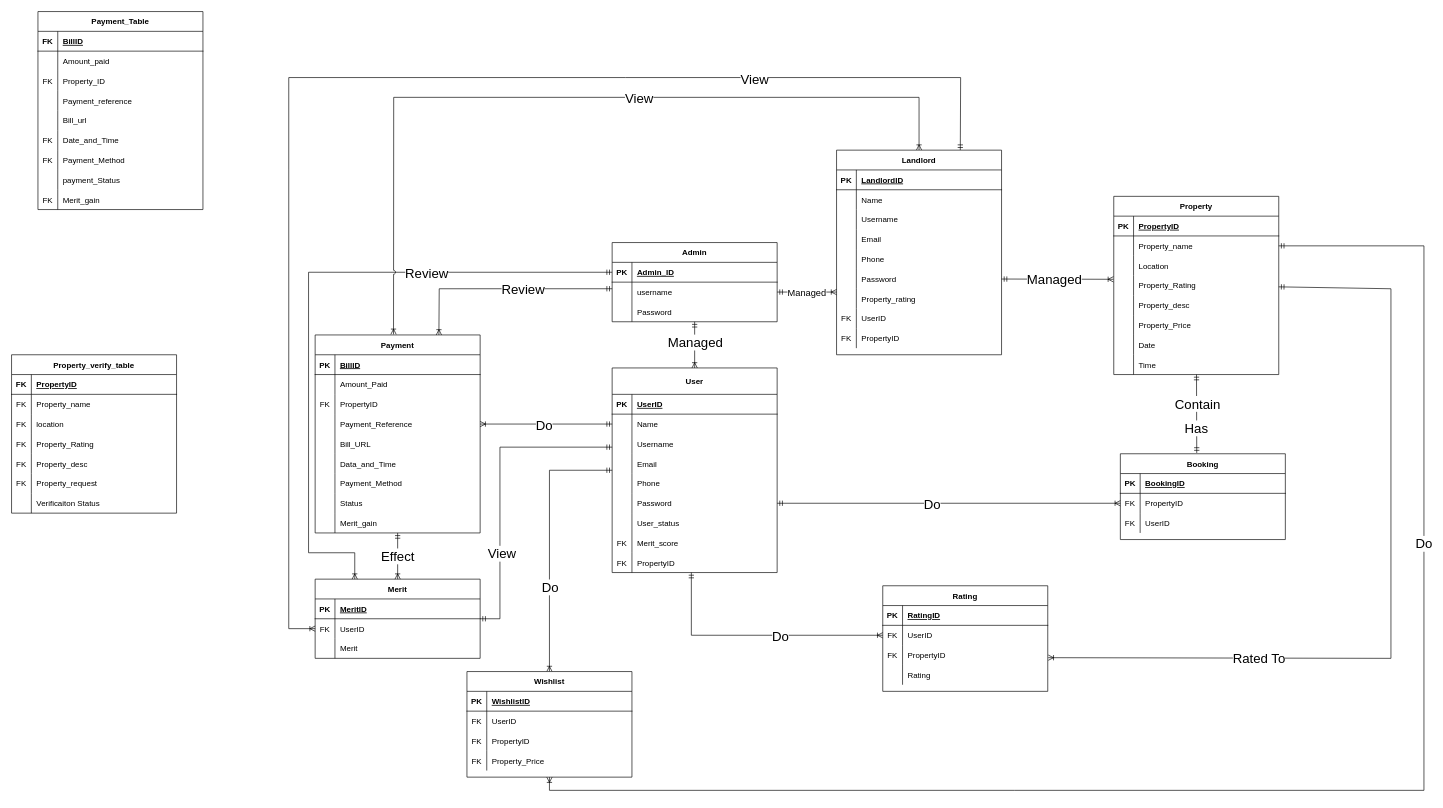
Earlier version of the draw.io diagram DFD FYP/ERD.drawio (SNOW15782/Fyp). Source tidied: cells renumbered, new cells numbered last; positions are measured from the earlier drawing's top-left corner, leaving out a move shared by most shapes. Both pictures are drawn from the tidied source at 66%, with x=0, y=0 at pixel (11, 11).
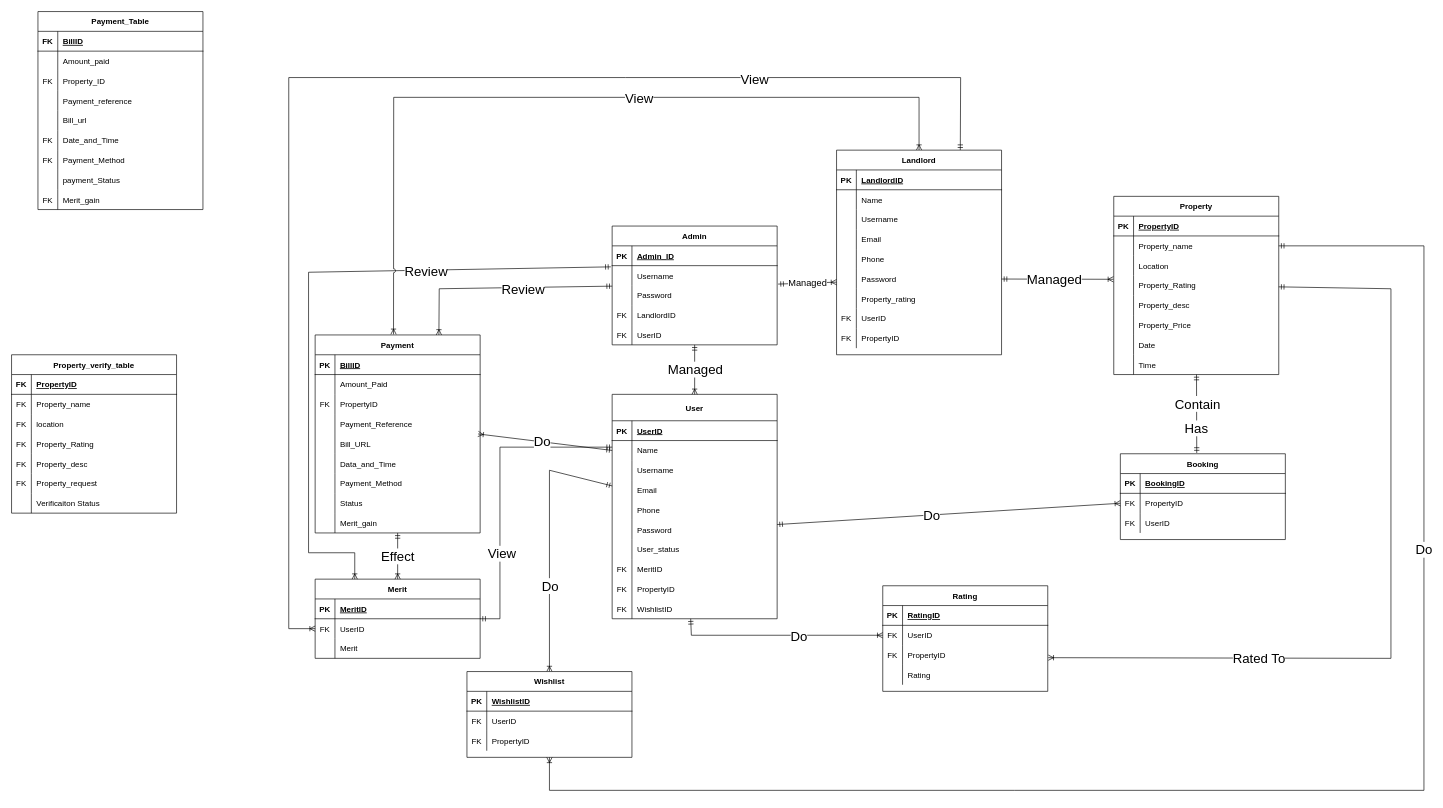
Above is the later version.

The change refers to these unchanged cells:
```xml
<mxCell id="4" value="Merit" style="shape=table;startSize=30;childLayout=tableLayout;rowLines=0;fontStyle=1;align=center;" parent="1" vertex="1">
  <mxGeometry x="460" y="860" width="250" height="120" as="geometry" />
</mxCell>
<mxCell id="40" style="shape=partialRectangle;fillColor=none;top=0;left=0;right=0;bottom=0;" parent="18" vertex="1">
  <mxGeometry y="250" width="250" height="30" as="geometry" />
</mxCell>
<mxCell id="43" style="shape=partialRectangle;fillColor=none;points=[[0,0.5],[1,0.5]];portConstraint=eastwest;top=0;left=0;right=0;bottom=0;" parent="18" vertex="1">
  <mxGeometry y="280" width="250" height="30" as="geometry" />
</mxCell>
<mxCell id="57" value="Payment" style="shape=table;startSize=30;childLayout=tableLayout;rowLines=0;fontStyle=1;align=center;" parent="1" vertex="1">
  <mxGeometry x="460" y="490" width="250" height="300" as="geometry" />
</mxCell>
<mxCell id="107" style="edgeStyle=none;html=1;entryX=0.5;entryY=0;entryDx=0;entryDy=0;startArrow=ERmandOne;startFill=0;endArrow=ERoneToMany;endFill=0;" parent="1" edge="1" source="111" target="18">
  <mxGeometry relative="1" as="geometry" />
</mxCell>
<mxCell id="112" style="shape=partialRectangle;fillColor=none;points=[[0,0.5],[1,0.5]];portConstraint=eastwest;top=0;left=0;right=0;bottom=1;" parent="111" vertex="1">
  <mxGeometry y="30" width="250" height="30" as="geometry" />
</mxCell>
<mxCell id="115" style="shape=partialRectangle;fillColor=none;points=[[0,0.5],[1,0.5]];portConstraint=eastwest;top=0;left=0;right=0;bottom=0;" parent="111" vertex="1">
  <mxGeometry y="60" width="250" height="30" as="geometry" />
</mxCell>
<mxCell id="172" style="shape=partialRectangle;fillColor=none;points=[[0,0.5],[1,0.5]];portConstraint=eastwest;top=0;left=0;right=0;bottom=0;" parent="153" vertex="1">
  <mxGeometry y="210" width="250" height="30" as="geometry" />
</mxCell>
<mxCell id="236" style="shape=partialRectangle;fillColor=none;points=[[0,0.5],[1,0.5]];portConstraint=eastwest;top=0;left=0;right=0;bottom=0;" parent="232" vertex="1">
  <mxGeometry y="60" width="250" height="30" as="geometry" />
</mxCell>
```

What changed in the source:
```diff
@@
-    <mxCell id="16" style="edgeStyle=none;html=1;entryX=0;entryY=0.5;entryDx=0;entryDy=0;startArrow=ERmandOne;startFill=0;endArrow=ERoneToMany;endFill=0;rounded=0;exitX=0.48;exitY=1;exitDx=0;exitDy=0;exitPerimeter=0;" parent="1" edge="1" source="43" target="236">
+    <mxCell id="16" style="edgeStyle=none;html=1;entryX=0;entryY=0.5;entryDx=0;entryDy=0;startArrow=ERmandOne;startFill=0;endArrow=ERoneToMany;endFill=0;rounded=0;exitX=0.476;exitY=1.002;exitDx=0;exitDy=0;exitPerimeter=0;" parent="1" edge="1" source="249" target="236">
       <mxGeometry relative="1" as="geometry">
         <Array as="points">
           <mxPoint x="1030" y="945" />
         </Array>
       </mxGeometry>
     </mxCell>
@@
     <mxCell id="18" value="User" style="shape=table;startSize=40;childLayout=tableLayout;rowLines=0;fontStyle=1;align=center;" parent="1" vertex="1">
-      <mxGeometry x="910" y="540" width="250" height="310" as="geometry" />
+      <mxGeometry x="910" y="580" width="250" height="340" as="geometry" />
     </mxCell>
@@
-    <mxCell id="42" value="Merit_score" style="shape=partialRectangle;overflow=hidden;fillColor=none;top=0;left=0;bottom=0;right=0;align=left;spacingLeft=6;" parent="40" vertex="1">
+    <mxCell id="42" value="MeritID" style="shape=partialRectangle;overflow=hidden;fillColor=none;top=0;left=0;bottom=0;right=0;align=left;spacingLeft=6;" parent="40" vertex="1">
       <mxGeometry x="30" width="220" height="30" as="geometry" />
     </mxCell>
@@
+    <mxCell id="249" style="shape=partialRectangle;fillColor=none;points=[[0,0.5],[1,0.5]];portConstraint=eastwest;top=0;left=0;right=0;bottom=0;" parent="18" vertex="1">
+      <mxGeometry y="310" width="250" height="30" as="geometry" />
+    </mxCell>
+    <mxCell id="250" value="FK" style="shape=partialRectangle;overflow=hidden;fillColor=none;top=0;left=0;bottom=0;right=0;" parent="249" vertex="1">
+      <mxGeometry width="30" height="30" as="geometry" />
+    </mxCell>
+    <mxCell id="251" value="WishlistID" style="shape=partialRectangle;overflow=hidden;fillColor=none;top=0;left=0;bottom=0;right=0;align=left;spacingLeft=6;" parent="249" vertex="1">
+      <mxGeometry x="30" width="220" height="30" as="geometry" />
+    </mxCell>
@@
     <mxCell id="108" value="Managed" style="edgeLabel;html=1;align=center;verticalAlign=middle;fontSize=20;" parent="107" vertex="1">
       <mxGeometry x="0.3" relative="1" as="geometry">
-        <mxPoint y="-16" as="offset" />
+        <mxPoint y="-13" as="offset" />
       </mxGeometry>
     </mxCell>
-    <mxCell id="109" style="edgeStyle=none;rounded=0;html=1;entryX=0.24;entryY=0;entryDx=0;entryDy=0;fontSize=20;startArrow=ERmandOne;startFill=0;endArrow=ERoneToMany;endFill=0;exitX=0;exitY=0.5;exitDx=0;exitDy=0;entryPerimeter=0;jumpStyle=arc;jumpSize=20;" parent="1" edge="1" source="112" target="4">
+    <mxCell id="109" style="edgeStyle=none;rounded=0;html=1;entryX=0.24;entryY=0;entryDx=0;entryDy=0;fontSize=20;startArrow=ERmandOne;startFill=0;endArrow=ERoneToMany;endFill=0;exitX=-0.008;exitY=1.061;exitDx=0;exitDy=0;entryPerimeter=0;jumpStyle=arc;jumpSize=20;exitPerimeter=0;" parent="1" edge="1" source="112" target="4">
       <mxGeometry relative="1" as="geometry">
         <Array as="points">
           <mxPoint x="450" y="395" />
           <mxPoint x="450" y="820" />
           <mxPoint x="520" y="820" />
         </Array>
       </mxGeometry>
     </mxCell>
@@
     <mxCell id="111" value="Admin" style="shape=table;startSize=30;childLayout=tableLayout;rowLines=0;fontStyle=1;align=center;" parent="1" vertex="1">
-      <mxGeometry x="910" y="350" width="250" height="120" as="geometry" />
+      <mxGeometry x="910" y="325" width="250" height="180" as="geometry" />
     </mxCell>
@@
-    <mxCell id="117" value="username" style="shape=partialRectangle;overflow=hidden;fillColor=none;top=0;left=0;bottom=0;right=0;align=left;spacingLeft=6;" parent="115" vertex="1">
+    <mxCell id="117" value="Username" style="shape=partialRectangle;overflow=hidden;fillColor=none;top=0;left=0;bottom=0;right=0;align=left;spacingLeft=6;" parent="115" vertex="1">
       <mxGeometry x="30" width="220" height="30" as="geometry" />
     </mxCell>
@@
+    <mxCell id="229" style="shape=partialRectangle;fillColor=none;top=0;left=0;right=0;bottom=0;" parent="111" vertex="1">
+      <mxGeometry y="120" width="250" height="30" as="geometry" />
+    </mxCell>
+    <mxCell id="252" value="FK" style="shape=partialRectangle;overflow=hidden;fillColor=none;top=0;left=0;bottom=0;right=0;" parent="229" vertex="1">
+      <mxGeometry width="30" height="30" as="geometry" />
+    </mxCell>
+    <mxCell id="253" value="LandlordID" style="shape=partialRectangle;overflow=hidden;fillColor=none;top=0;left=0;bottom=0;right=0;align=left;spacingLeft=6;" parent="229" vertex="1">
+      <mxGeometry x="30" width="220" height="30" as="geometry" />
+    </mxCell>
+    <mxCell id="254" style="shape=partialRectangle;fillColor=none;top=0;left=0;right=0;bottom=0;" parent="111" vertex="1">
+      <mxGeometry y="150" width="250" height="30" as="geometry" />
+    </mxCell>
+    <mxCell id="255" value="FK" style="shape=partialRectangle;overflow=hidden;fillColor=none;top=0;left=0;bottom=0;right=0;" parent="254" vertex="1">
+      <mxGeometry width="30" height="30" as="geometry" />
+    </mxCell>
+    <mxCell id="256" value="UserID" style="shape=partialRectangle;overflow=hidden;fillColor=none;top=0;left=0;bottom=0;right=0;align=left;spacingLeft=6;" parent="254" vertex="1">
+      <mxGeometry x="30" width="220" height="30" as="geometry" />
+    </mxCell>
@@
-    <mxCell id="215" style="edgeStyle=none;html=1;entryX=0;entryY=0.167;entryDx=0;entryDy=0;entryPerimeter=0;startArrow=ERmandOne;startFill=0;endArrow=ERoneToMany;endFill=0;" parent="1" edge="1" source="115" target="172">
-      <mxGeometry relative="1" as="geometry" />
+    <mxCell id="215" style="edgeStyle=none;html=1;startArrow=ERmandOne;startFill=0;endArrow=ERoneToMany;endFill=0;exitX=1.006;exitY=0.931;exitDx=0;exitDy=0;exitPerimeter=0;" parent="1" edge="1" source="115">
+      <mxGeometry relative="1" as="geometry">
+        <mxPoint x="1250" y="410" as="targetPoint" />
+      </mxGeometry>
     </mxCell>
@@
     <mxCell id="219" value="Wishlist" style="shape=table;startSize=30;childLayout=tableLayout;rowLines=0;fontStyle=1;align=center;" parent="1" vertex="1">
-      <mxGeometry x="690" y="1000" width="250" height="160" as="geometry" />
+      <mxGeometry x="690" y="1000" width="250" height="130" as="geometry" />
     </mxCell>
@@
-    <mxCell id="229" style="shape=partialRectangle;fillColor=none;top=0;left=0;right=0;bottom=0;" parent="219" vertex="1">
-      <mxGeometry y="120" width="250" height="30" as="geometry" />
-    </mxCell>
-    <mxCell id="230" value="FK" style="shape=partialRectangle;overflow=hidden;fillColor=none;top=0;left=0;bottom=0;right=0;" parent="229" vertex="1">
-      <mxGeometry width="30" height="30" as="geometry" />
-    </mxCell>
-    <mxCell id="231" value="Property_Price" style="shape=partialRectangle;overflow=hidden;fillColor=none;top=0;left=0;bottom=0;right=0;align=left;spacingLeft=6;" parent="229" vertex="1">
-      <mxGeometry x="30" width="220" height="30" as="geometry" />
-    </mxCell>
@@
-    <mxCell id="247" style="edgeStyle=none;rounded=0;html=1;entryX=0.75;entryY=0;entryDx=0;entryDy=0;startArrow=ERmandOne;startFill=0;endArrow=ERoneToMany;endFill=0;exitX=0;exitY=0.333;exitDx=0;exitDy=0;exitPerimeter=0;" parent="1" edge="1" source="115" target="57">
+    <mxCell id="247" style="edgeStyle=none;rounded=0;html=1;entryX=0.75;entryY=0;entryDx=0;entryDy=0;startArrow=ERmandOne;startFill=0;endArrow=ERoneToMany;endFill=0;exitX=0;exitY=1.035;exitDx=0;exitDy=0;exitPerimeter=0;" parent="1" edge="1" source="115" target="57">
       <mxGeometry relative="1" as="geometry">
         <Array as="points">
           <mxPoint x="648" y="420" />
         </Array>
       </mxGeometry>
     </mxCell>
```
